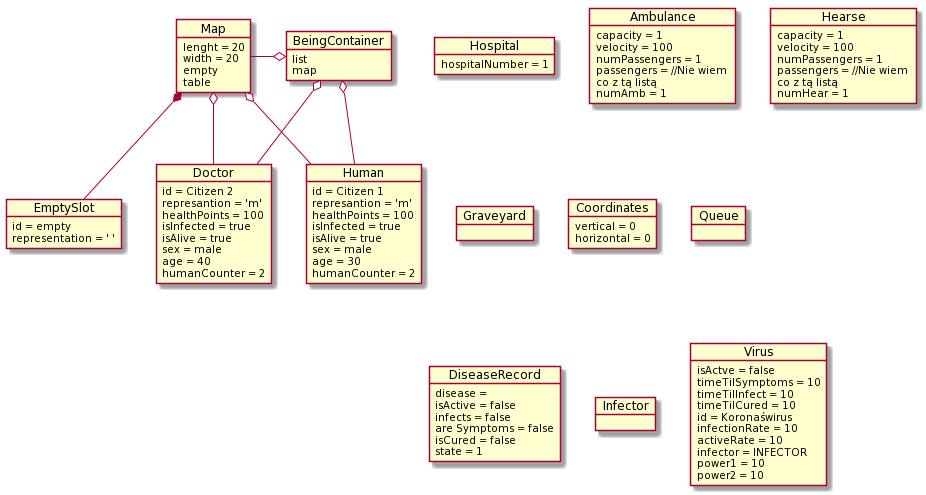
The PlantUML diagram dokumentacja/Object_diagram/Object diagram.png in karolWazny/plague-repo, before a commit.
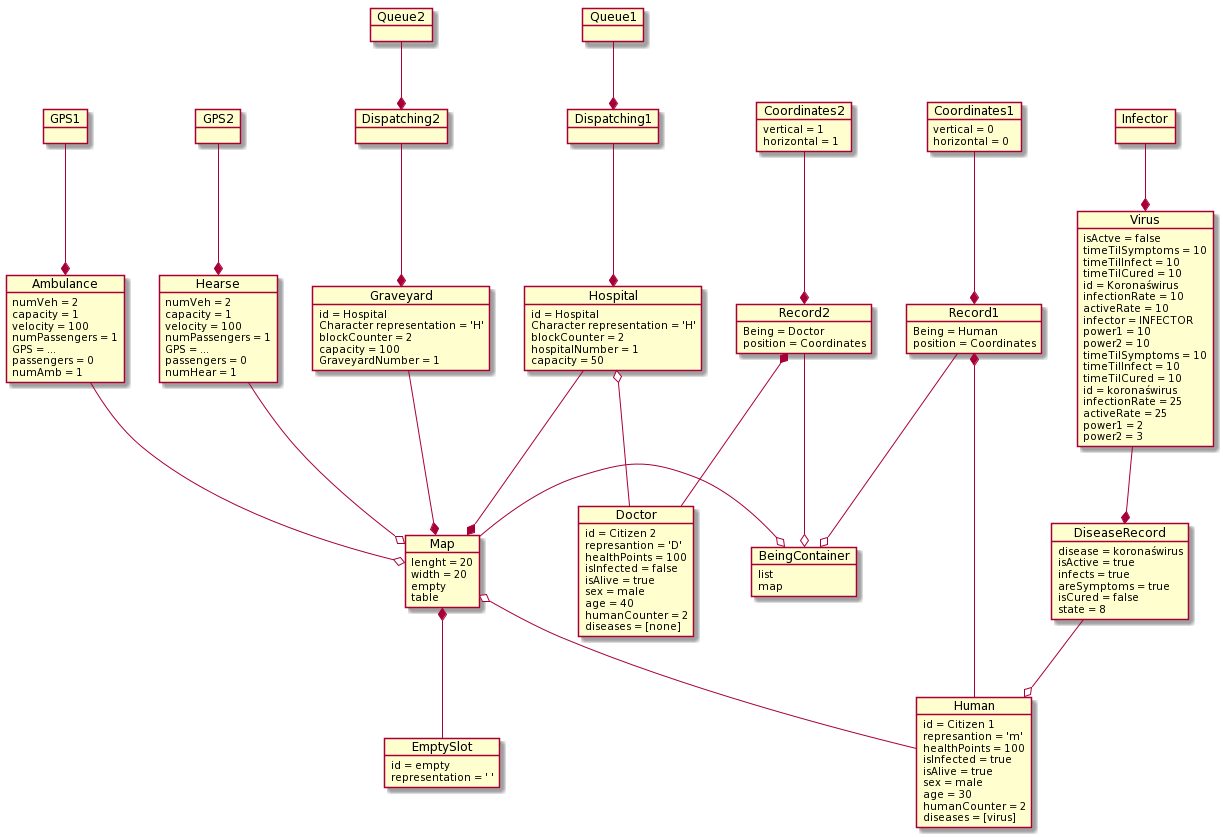
Above is the later version.

Commit message:
Diagram obiektów v2

What changed in the source:
```diff
@@ -18,56 +18,78 @@
     sex = male
     age = 30
     humanCounter = 2
+    diseases = [virus]
 }
 object Doctor{
     id = Citizen 2
-    represantion = 'm'
+    represantion = 'D'
     healthPoints = 100
-    isInfected = true
+    isInfected = false
     isAlive = true
     sex = male
     age = 40
     humanCounter = 2
+    diseases = [none]
 }
 object EmptySlot{
     id = empty
     representation = ' '
 }
 object Hospital{
+    id = Hospital
+    Character representation = 'H'
+    blockCounter = 2
     hospitalNumber = 1
+    capacity = 50
+}
+object Dispatching1{
+
+}
+object Dispatching2{
+
+}
+object GPS1{
+
 }
 object Ambulance{
+    numVeh = 2
     capacity = 1
     velocity = 100
     numPassengers = 1
-    passengers = //Nie wiem \nco z tą listą
+    GPS = ...
+    passengers = 0
     numAmb = 1
 }
 object Hearse{
+    numVeh = 2
     capacity = 1
     velocity = 100
     numPassengers = 1
-    passengers = //Nie wiem \nco z tą listą
+    GPS = ...
+    passengers = 0
     numHear = 1
 }
-object Graveyard{
+object GPS2{
 
 }
-object Coordinates{
+object Graveyard{
+    id = Hospital
+    Character representation = 'H'
+    blockCounter = 2
+    capacity = 100
+    GraveyardNumber = 1
+}
+object Coordinates1{
     vertical = 0
     horizontal = 0
 }
-object Queue{
+object Queue1{
 
 }
-object DiseaseRecord{
-    disease =
-    isActive = false
-    infects = false
-    are Symptoms = false
-    isCured = false
-    state = 1
+object Queue2{
+
 }
+
 object Infector{
 
 }
@@ -83,11 +105,58 @@
     power1 = 10
     power2 = 10
 }
+object Virus{
+    timeTilSymptoms = 10
+    timeTilInfect = 10
+    timeTilCured = 10
+    id = koronaświrus
+    infectionRate = 25
+    activeRate = 25
+    power1 = 2
+    power2 = 3
+}
+object DiseaseRecord{
+    disease = koronaświrus
+    isActive = true
+    infects = true
+    areSymptoms = true
+    isCured = false
+    state = 8
+}
+object Record1{
+    Being = Human
+    position = Coordinates
+}
+object Record2{
+    Being = Doctor
+    position = Coordinates
+}
+object Coordinates2{
+    vertical = 1
+    horizontal = 1
+}
 
 Map -o BeingContainer
 Map *-- EmptySlot
 Map o-- Human
-BeingContainer o-- Human
-Map o-- Doctor
-BeingContainer o-- Doctor
+Record1 *-- Human
+Hospital o-- Doctor
+Record2 *-- Doctor
+Record1 --o BeingContainer
+Hospital --* Map
+Graveyard --* Map
+GPS1 --* Ambulance
+Ambulance --o Map
+GPS2 --* Hearse
+Hearse --o Map
+Infector --* Virus
+Dispatching1 --* Hospital
+Dispatching2 --* Graveyard
+Queue1 --* Dispatching1
+Queue2 --* Dispatching2
+Virus --* DiseaseRecord
+DiseaseRecord --o Human
+Coordinates1 --* Record1
+Record2 --o BeingContainer
+Coordinates2 --* Record2
 @enduml
```
